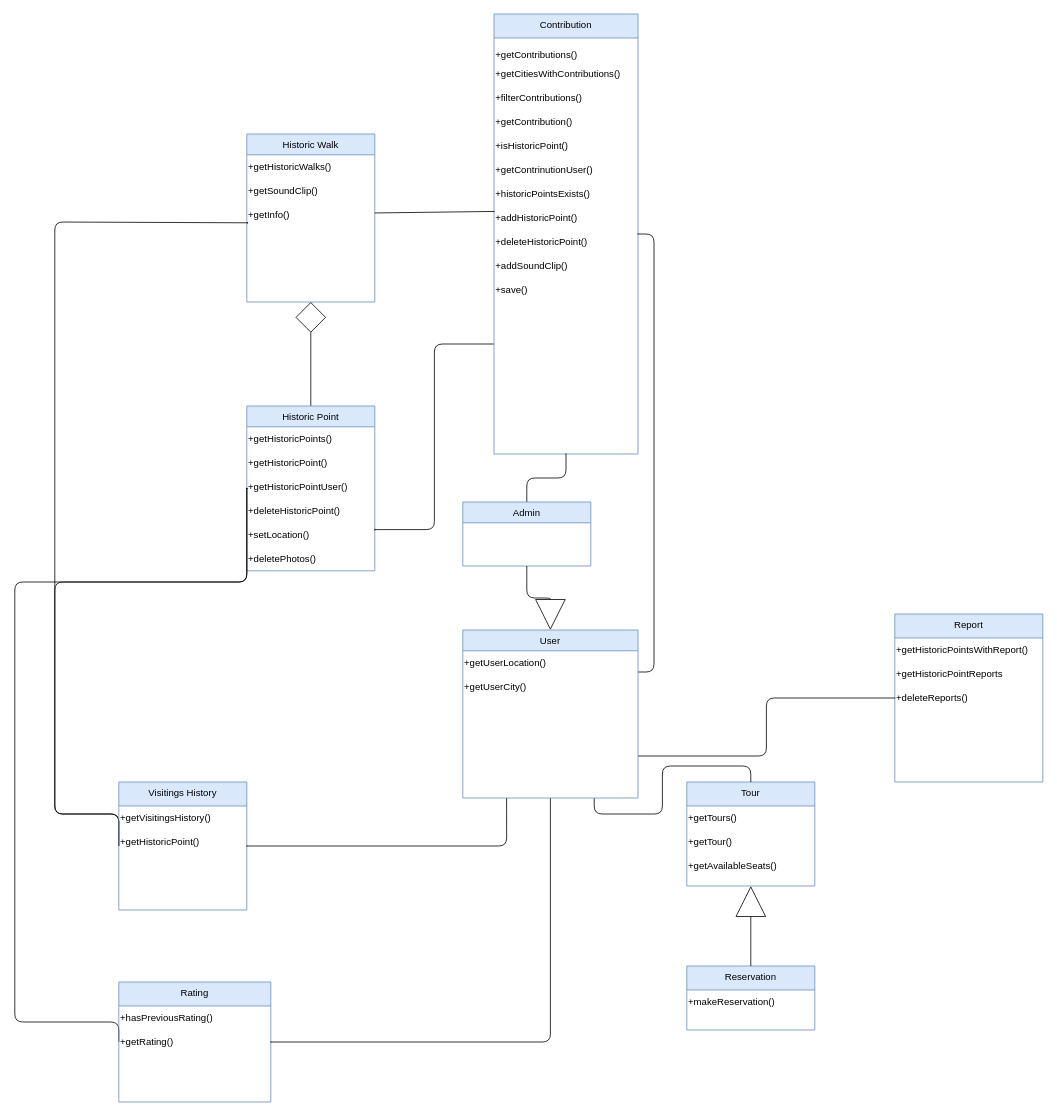
This is NOTES/Domain Model.drawio from Nektar24/software-engineering, a draw.io file, before an edit. Source tidied: cells renumbered, new cells numbered last; positions are measured from the earlier drawing's top-left corner, leaving out a move shared by most shapes. Both pictures are drawn from the tidied source at 80%, with x=0, y=0 at pixel (14, 14).
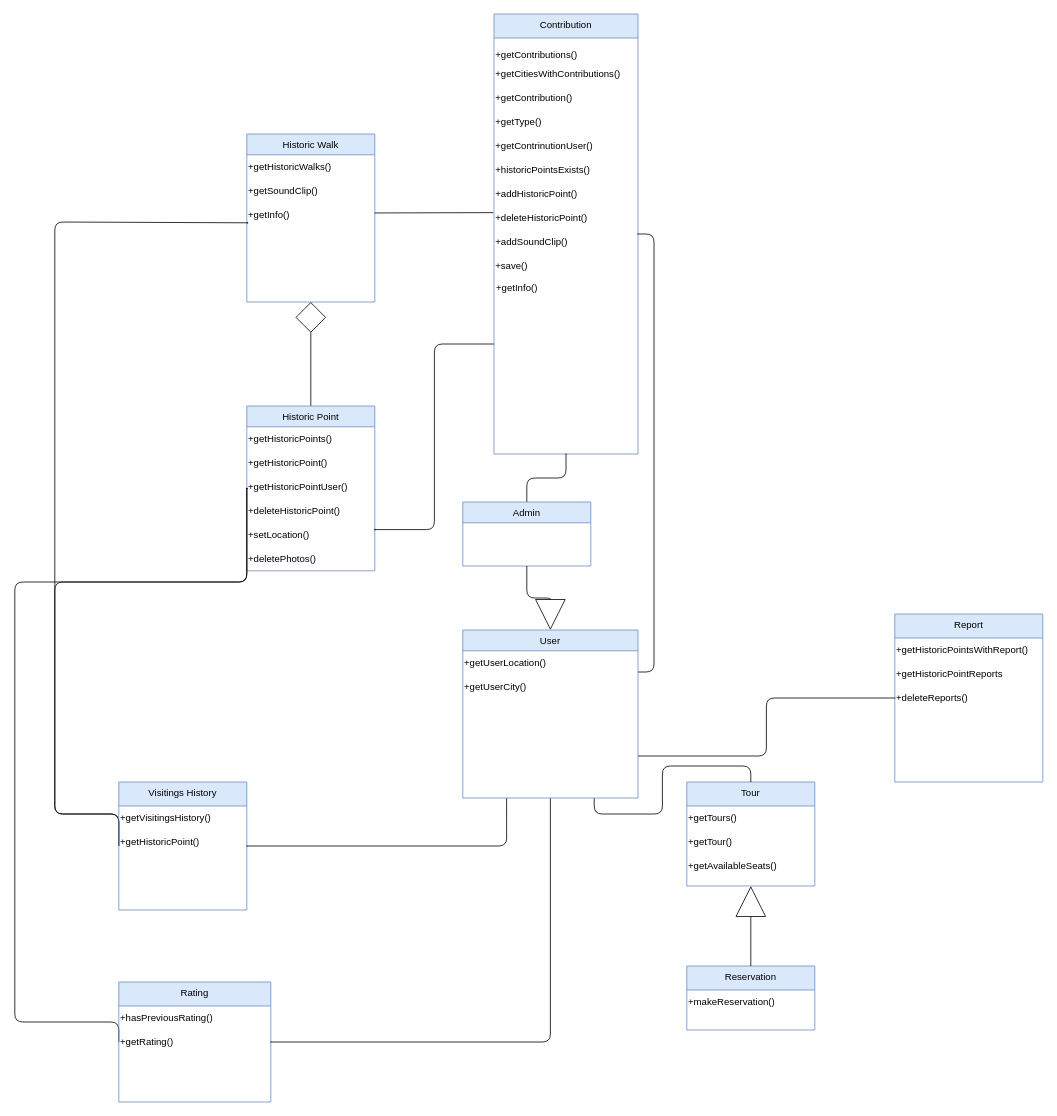
The same diagram, later.

Unchanged cells that the change refers to:
```xml
<mxCell id="26" value="Contribution" style="swimlane;fontStyle=0;align=center;verticalAlign=top;horizontal=1;startSize=30;rounded=0;shadow=0;strokeWidth=1;fillColor=#dae8fc;strokeColor=#6c8ebf;" parent="1" vertex="1">
  <mxGeometry x="599" width="180" height="550" as="geometry" />
</mxCell>
```

Change to the diagram source:
```diff
@@
-    <mxCell id="29" value="+filterContributions()" style="text;html=1;align=left;verticalAlign=middle;strokeColor=none;fillColor=none;" parent="26" vertex="1">
-      <mxGeometry y="90" width="180" height="30" as="geometry" />
-    </mxCell>
     <mxCell id="30" value="+getContribution()" style="text;html=1;align=left;verticalAlign=middle;strokeColor=none;fillColor=none;" parent="26" vertex="1">
-      <mxGeometry y="120" width="180" height="30" as="geometry" />
+      <mxGeometry y="90" width="180" height="30" as="geometry" />
     </mxCell>
-    <mxCell id="31" value="+isHistoricPoint()" style="text;html=1;align=left;verticalAlign=middle;strokeColor=none;fillColor=none;" parent="26" vertex="1">
-      <mxGeometry y="150" width="180" height="30" as="geometry" />
+    <mxCell id="31" value="+getType()" style="text;html=1;align=left;verticalAlign=middle;strokeColor=none;fillColor=none;" parent="26" vertex="1">
+      <mxGeometry y="120" width="180" height="30" as="geometry" />
     </mxCell>
     <mxCell id="32" value="+getContrinutionUser()" style="text;html=1;align=left;verticalAlign=middle;strokeColor=none;fillColor=none;" parent="26" vertex="1">
-      <mxGeometry y="180" width="180" height="30" as="geometry" />
+      <mxGeometry y="150" width="180" height="30" as="geometry" />
     </mxCell>
     <mxCell id="33" value="+historicPointsExists()" style="text;html=1;align=left;verticalAlign=middle;strokeColor=none;fillColor=none;" parent="26" vertex="1">
-      <mxGeometry y="210" width="180" height="30" as="geometry" />
+      <mxGeometry y="180" width="180" height="30" as="geometry" />
     </mxCell>
     <mxCell id="34" value="+addHistoricPoint()" style="text;html=1;align=left;verticalAlign=middle;points=[];strokeColor=none;fillColor=none;" parent="26" vertex="1">
-      <mxGeometry y="240" width="180" height="30" as="geometry" />
+      <mxGeometry y="210" width="180" height="30" as="geometry" />
     </mxCell>
     <mxCell id="35" value="+deleteHistoricPoint()" style="text;html=1;align=left;verticalAlign=middle;points=[];strokeColor=none;fillColor=none;" parent="26" vertex="1">
-      <mxGeometry y="270" width="180" height="30" as="geometry" />
+      <mxGeometry y="240" width="180" height="30" as="geometry" />
     </mxCell>
     <mxCell id="36" value="+addSoundClip()" style="text;html=1;align=left;verticalAlign=middle;strokeColor=none;fillColor=none;" parent="26" vertex="1">
-      <mxGeometry y="300" width="180" height="30" as="geometry" />
+      <mxGeometry y="270" width="180" height="30" as="geometry" />
     </mxCell>
     <mxCell id="37" value="+save()" style="text;html=1;align=left;verticalAlign=middle;strokeColor=none;fillColor=none;" parent="26" vertex="1">
-      <mxGeometry y="330" width="180" height="30" as="geometry" />
+      <mxGeometry y="300" width="180" height="30" as="geometry" />
     </mxCell>
@@
-    <mxCell id="58" style="endArrow=none;html=1;rounded=1;entryX=0.005;entryY=0.226;entryDx=0;entryDy=0;entryPerimeter=0;exitX=0.999;exitY=0.422;exitDx=0;exitDy=0;curved=0;exitPerimeter=0;" parent="1" edge="1" target="34">
+    <mxCell id="58" style="endArrow=none;html=1;rounded=1;entryX=-0.005;entryY=0.276;entryDx=0;entryDy=0;entryPerimeter=0;exitX=0.999;exitY=0.422;exitDx=0;exitDy=0;curved=0;exitPerimeter=0;" parent="1" edge="1" target="35">
       <mxGeometry relative="1" as="geometry">
         <mxPoint x="449.8" y="248.7" as="sourcePoint" />
       </mxGeometry>
     </mxCell>
+    <mxCell id="59" value="+getInfo()" style="text;html=1;align=left;verticalAlign=middle;strokeColor=none;fillColor=none;" parent="1" vertex="1">
+      <mxGeometry x="600" y="328" width="80" height="30" as="geometry" />
+    </mxCell>
```
